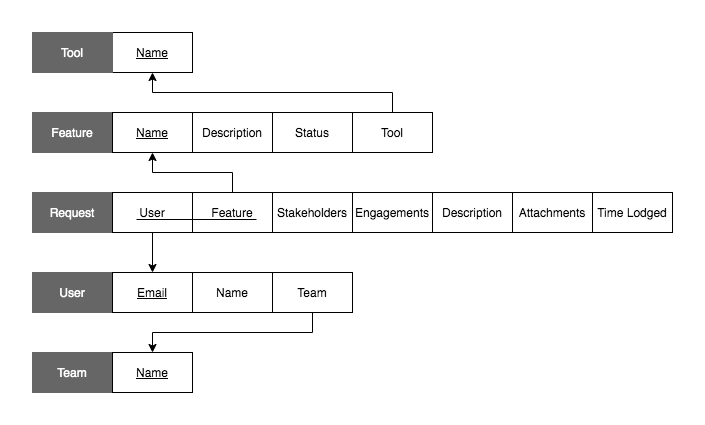
Before: docs/DB Rel Schema Model.png, a diagram exported from draw.io (cpanzenbock/Fraudtech-Web-Activity). Source tidied: cells renumbered, new cells last; positions are measured from the earlier drawing's top-left corner, leaving out a move shared by most shapes. The source it was exported from:
```xml
<mxGraphModel>
  <root>
    <mxCell id="0" />
    <mxCell id="1" parent="0" />
    <mxCell id="2" value="Name" style="rounded=0;whiteSpace=wrap;html=1;fontStyle=4;" parent="1" vertex="1">
      <mxGeometry x="80" width="80" height="40" as="geometry" />
    </mxCell>
    <mxCell id="3" value="Tool" style="rounded=0;whiteSpace=wrap;html=1;fillColor=#666666;strokeColor=#666666;fontColor=#FFFFFF;" parent="1" vertex="1">
      <mxGeometry width="80" height="40" as="geometry" />
    </mxCell>
    <mxCell id="4" value="Feature" style="rounded=0;whiteSpace=wrap;html=1;fillColor=#666666;strokeColor=#666666;fontColor=#FFFFFF;" parent="1" vertex="1">
      <mxGeometry y="80" width="80" height="40" as="geometry" />
    </mxCell>
    <mxCell id="5" value="Request" style="rounded=0;whiteSpace=wrap;html=1;fillColor=#666666;strokeColor=#666666;fontColor=#FFFFFF;" parent="1" vertex="1">
      <mxGeometry y="160" width="80" height="40" as="geometry" />
    </mxCell>
    <mxCell id="6" value="User" style="rounded=0;whiteSpace=wrap;html=1;fillColor=#666666;strokeColor=#666666;fontColor=#FFFFFF;" parent="1" vertex="1">
      <mxGeometry y="240" width="80" height="40" as="geometry" />
    </mxCell>
    <mxCell id="7" value="Team" style="rounded=0;whiteSpace=wrap;html=1;fillColor=#666666;strokeColor=#666666;fontColor=#FFFFFF;" parent="1" vertex="1">
      <mxGeometry y="320" width="80" height="40" as="geometry" />
    </mxCell>
    <mxCell id="8" value="Name" style="rounded=0;whiteSpace=wrap;html=1;fontStyle=4;" parent="1" vertex="1">
      <mxGeometry x="80" y="320" width="80" height="40" as="geometry" />
    </mxCell>
    <mxCell id="9" value="Email" style="rounded=0;whiteSpace=wrap;html=1;fontStyle=4;" parent="1" vertex="1">
      <mxGeometry x="80" y="240" width="80" height="40" as="geometry" />
    </mxCell>
    <mxCell id="10" value="Name" style="rounded=0;whiteSpace=wrap;html=1;fontStyle=0;" parent="1" vertex="1">
      <mxGeometry x="160" y="240" width="80" height="40" as="geometry" />
    </mxCell>
    <mxCell id="11" style="edgeStyle=orthogonalEdgeStyle;rounded=0;jettySize=auto;html=1;exitX=0.5;exitY=1;exitDx=0;exitDy=0;entryX=0.5;entryY=0;entryDx=0;entryDy=0;fontColor=#FFFFFF;" parent="1" edge="1" source="12" target="8">
      <mxGeometry relative="1" as="geometry" />
    </mxCell>
    <mxCell id="12" value="Team" style="rounded=0;whiteSpace=wrap;html=1;fontStyle=0;" parent="1" vertex="1">
      <mxGeometry x="240" y="240" width="80" height="40" as="geometry" />
    </mxCell>
    <mxCell id="13" value="Name" style="rounded=0;whiteSpace=wrap;html=1;fontStyle=4;" parent="1" vertex="1">
      <mxGeometry x="80" y="80" width="80" height="40" as="geometry" />
    </mxCell>
    <mxCell id="14" value="Description" style="rounded=0;whiteSpace=wrap;html=1;fontStyle=0;" parent="1" vertex="1">
      <mxGeometry x="160" y="80" width="80" height="40" as="geometry" />
    </mxCell>
    <mxCell id="15" value="Status" style="rounded=0;whiteSpace=wrap;html=1;fontStyle=0;" parent="1" vertex="1">
      <mxGeometry x="240" y="80" width="80" height="40" as="geometry" />
    </mxCell>
    <mxCell id="16" style="edgeStyle=orthogonalEdgeStyle;rounded=0;jettySize=auto;html=1;exitX=0.5;exitY=0;exitDx=0;exitDy=0;entryX=0.5;entryY=1;entryDx=0;entryDy=0;fontColor=#FFFFFF;" parent="1" edge="1" source="17" target="2">
      <mxGeometry relative="1" as="geometry" />
    </mxCell>
    <mxCell id="17" value="Tool" style="rounded=0;whiteSpace=wrap;html=1;fontStyle=0;" parent="1" vertex="1">
      <mxGeometry x="320" y="80" width="80" height="40" as="geometry" />
    </mxCell>
    <mxCell id="18" style="edgeStyle=orthogonalEdgeStyle;rounded=0;jettySize=auto;html=1;exitX=0.5;exitY=1;exitDx=0;exitDy=0;entryX=0.5;entryY=0;entryDx=0;entryDy=0;fontColor=#FFFFFF;" parent="1" edge="1" source="19" target="9">
      <mxGeometry relative="1" as="geometry" />
    </mxCell>
    <mxCell id="19" value="User" style="rounded=0;whiteSpace=wrap;html=1;fontStyle=0;" parent="1" vertex="1">
      <mxGeometry x="80" y="160" width="80" height="40" as="geometry" />
    </mxCell>
    <mxCell id="20" style="edgeStyle=orthogonalEdgeStyle;rounded=0;jettySize=auto;html=1;exitX=0.5;exitY=0;exitDx=0;exitDy=0;entryX=0.5;entryY=1;entryDx=0;entryDy=0;fontColor=#FFFFFF;" parent="1" edge="1" source="21" target="13">
      <mxGeometry relative="1" as="geometry" />
    </mxCell>
    <mxCell id="21" value="Feature" style="rounded=0;whiteSpace=wrap;html=1;fontStyle=0;" parent="1" vertex="1">
      <mxGeometry x="160" y="160" width="80" height="40" as="geometry" />
    </mxCell>
    <mxCell id="22" style="endArrow=none;html=1;fontColor=#FFFFFF;" parent="1" edge="1">
      <mxGeometry relative="1" as="geometry">
        <mxPoint x="224" y="187" as="sourcePoint" />
        <mxPoint x="104" y="187" as="targetPoint" />
      </mxGeometry>
    </mxCell>
    <mxCell id="23" value="Stakeholders" style="rounded=0;whiteSpace=wrap;html=1;fontStyle=0;" parent="1" vertex="1">
      <mxGeometry x="240" y="160" width="80" height="40" as="geometry" />
    </mxCell>
    <mxCell id="24" value="Engagements" style="rounded=0;whiteSpace=wrap;html=1;fontStyle=0;" parent="1" vertex="1">
      <mxGeometry x="320" y="160" width="80" height="40" as="geometry" />
    </mxCell>
    <mxCell id="25" value="Description" style="rounded=0;whiteSpace=wrap;html=1;fontStyle=0;" parent="1" vertex="1">
      <mxGeometry x="400" y="160" width="80" height="40" as="geometry" />
    </mxCell>
    <mxCell id="26" value="Attachments" style="rounded=0;whiteSpace=wrap;html=1;fontStyle=0;" parent="1" vertex="1">
      <mxGeometry x="480" y="160" width="80" height="40" as="geometry" />
    </mxCell>
    <mxCell id="27" value="Time Lodged" style="rounded=0;whiteSpace=wrap;html=1;fontStyle=0;" parent="1" vertex="1">
      <mxGeometry x="560" y="160" width="80" height="40" as="geometry" />
    </mxCell>
  </root>
</mxGraphModel>
```
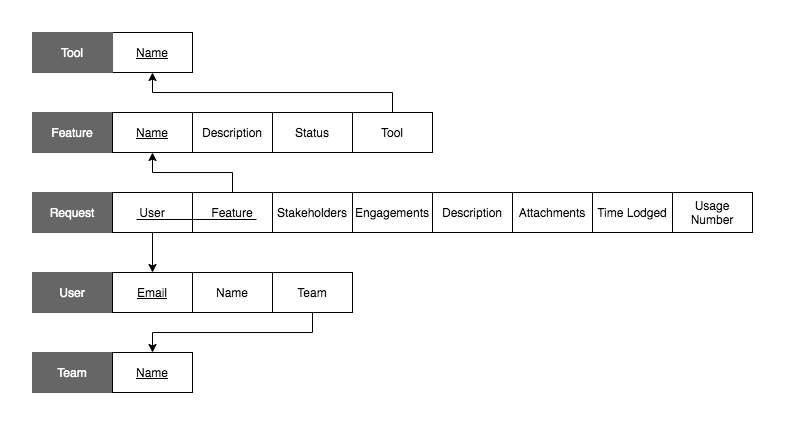
Later version of the same file.

Commit message:
Added Usage Numbers into Design

Change to the diagram source:
```diff
@@ -83,5 +83,8 @@
     <mxCell id="27" value="Time Lodged" style="rounded=0;whiteSpace=wrap;html=1;fontStyle=0;" parent="1" vertex="1">
       <mxGeometry x="560" y="160" width="80" height="40" as="geometry" />
     </mxCell>
+    <mxCell id="28" value="Usage Number" style="rounded=0;whiteSpace=wrap;html=1;fontStyle=0;" parent="1" vertex="1">
+      <mxGeometry x="640" y="160" width="80" height="40" as="geometry" />
+    </mxCell>
   </root>
 </mxGraphModel>
```
